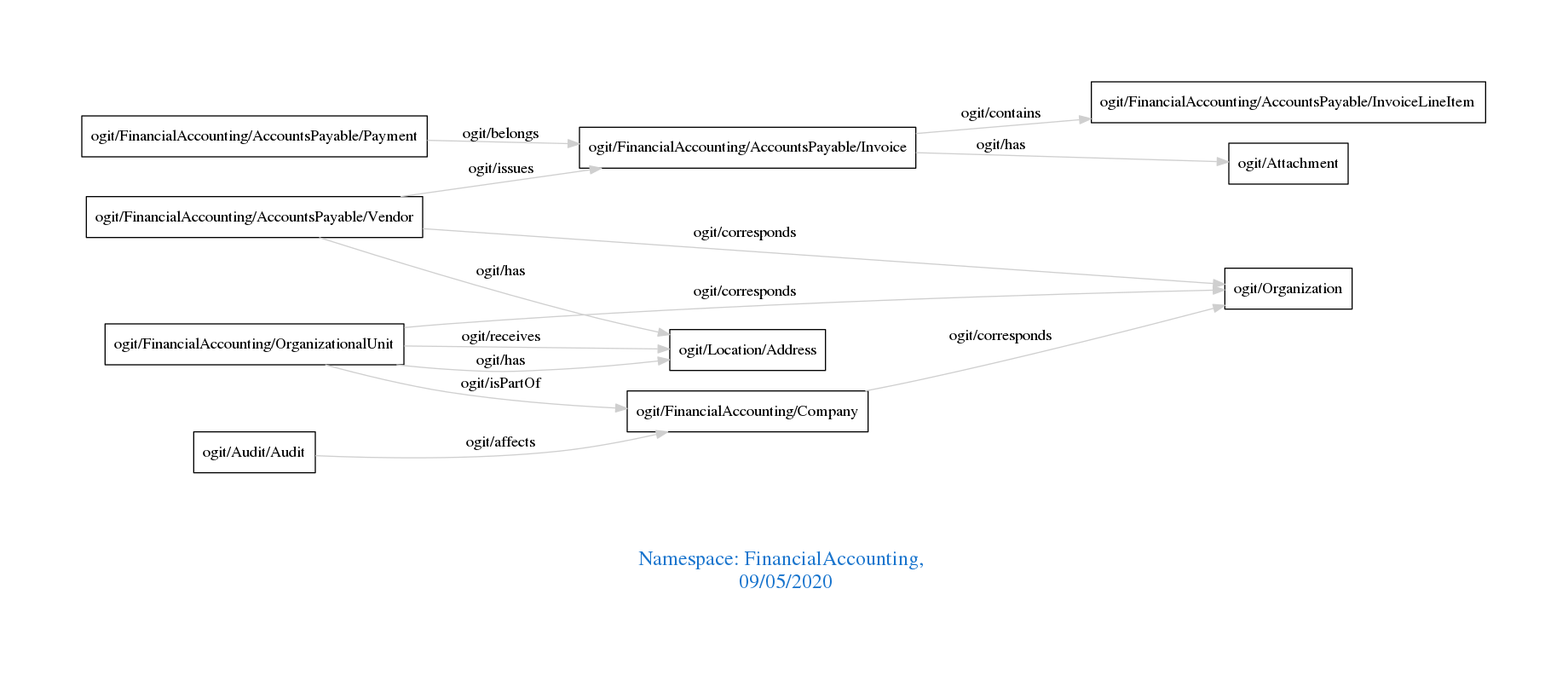
Above: downloads/FinancialAccounting.png in arago/OGIT (Graphviz), before the change. Its source is kept beside it as downloads/FinancialAccounting.dot.
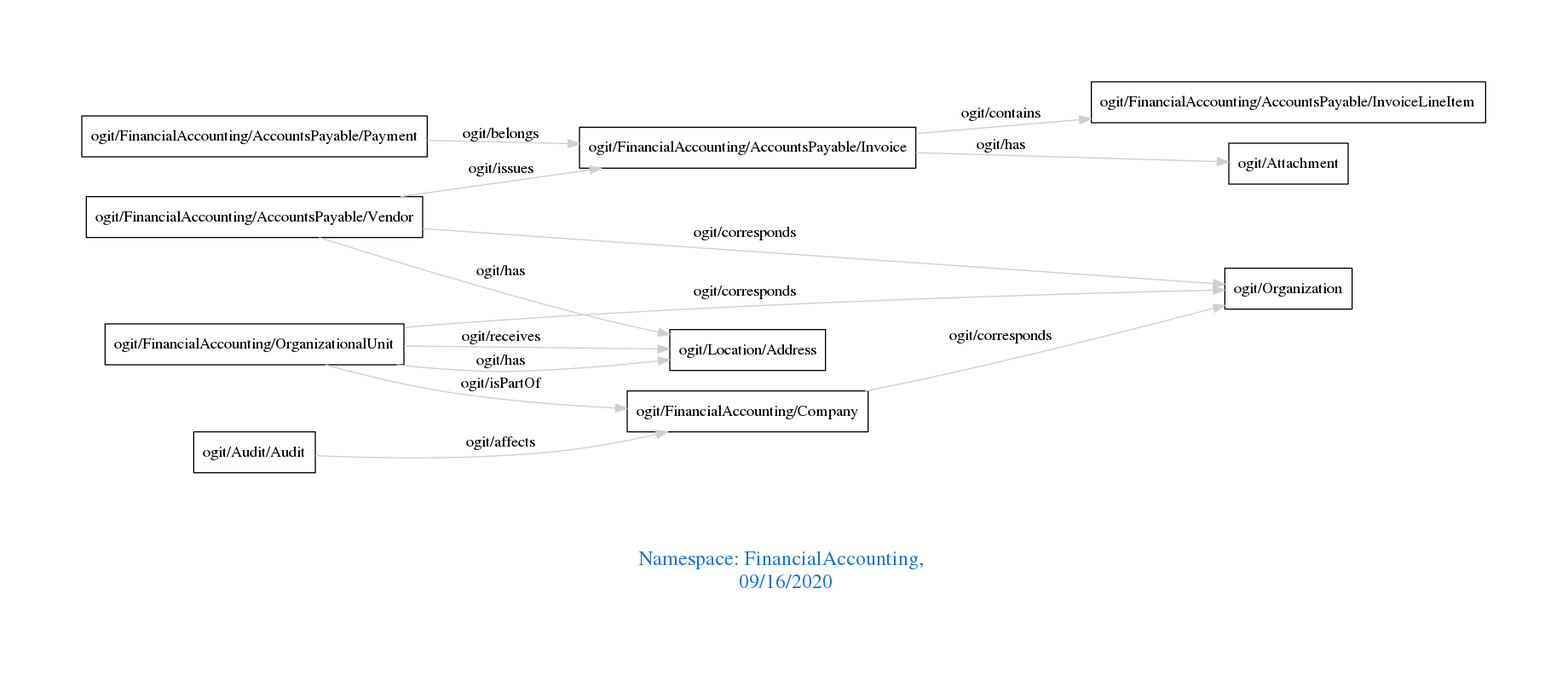
Later version of the same file.

The edit, as a diff of the source:
```diff
@@ -1,7 +1,7 @@
 digraph OGIT_ontology {
  graph [ rankdir= LR,pad=1
 fontsize = 18,
-fontcolor= dodgerblue3,label = "\n\n\nNamespace: FinancialAccounting, \n 09/05/2020"];
+fontcolor= dodgerblue3,label = "\n\n\nNamespace: FinancialAccounting, \n 09/16/2020"];
 node[shape=polygon];
 edge [  color="gray81"];
 
```
